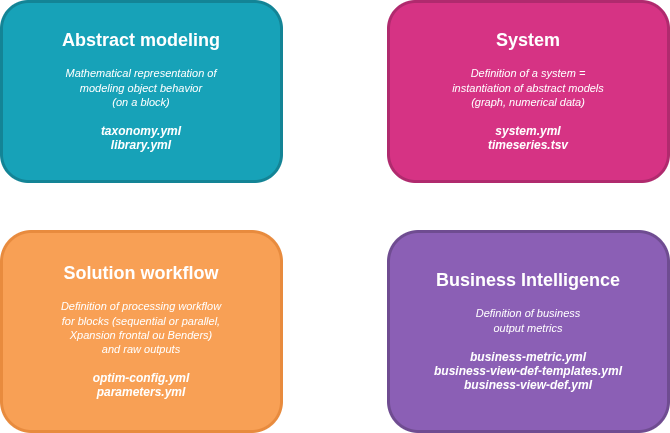
The draw.io diagram doc/assets/domains.png in AntaresSimulatorTeam/GEMS, before a commit. Source tidied: cells renumbered, new cells last; positions are measured from the earlier drawing's top-left corner, leaving out a move shared by most shapes. Its diagram source:
```xml
<mxGraphModel>
  <root>
    <mxCell id="0" />
    <mxCell id="1" parent="0" />
    <mxCell id="2" value="&lt;b&gt;&lt;font style=&quot;font-size: 18px; color: rgb(255, 255, 255);&quot;&gt;Abstract modeling&lt;/font&gt;&lt;/b&gt;&lt;br&gt;&lt;br&gt;&lt;font style=&quot;font-size: 11px; color: rgb(255, 255, 255);&quot;&gt;&lt;i&gt;Mathematical representation of&lt;br&gt;modeling object behavior&lt;br&gt;(on a block)&lt;/i&gt;&lt;/font&gt;&lt;br&gt;&lt;br&gt;&lt;font style=&quot;font-size: 12px; color: rgb(255, 255, 255);&quot;&gt;&lt;i&gt;&lt;b&gt;taxonomy.yml&lt;br&gt;library.yml&lt;/b&gt;&lt;/i&gt;&lt;/font&gt;" style="rounded=1;whiteSpace=wrap;html=1;fillColor=#17a2b8;strokeColor=#138496;strokeWidth=3;" parent="1" vertex="1">
      <mxGeometry width="280" height="180" as="geometry" />
    </mxCell>
    <mxCell id="3" value="&lt;b&gt;&lt;font style=&quot;font-size: 18px; color: rgb(255, 255, 255);&quot;&gt;System&lt;/font&gt;&lt;/b&gt;&lt;br&gt;&lt;br&gt;&lt;font style=&quot;font-size: 11px; color: rgb(255, 255, 255);&quot;&gt;&lt;i&gt;Definition of a system =&lt;br&gt;instantiation of abstract models&lt;br&gt;(graph, numerical data)&lt;/i&gt;&lt;/font&gt;&lt;br&gt;&lt;br&gt;&lt;font style=&quot;font-size: 12px; color: rgb(255, 255, 255);&quot;&gt;&lt;i&gt;&lt;b&gt;system.yml&lt;br&gt;timeseries.tsv&lt;/b&gt;&lt;/i&gt;&lt;/font&gt;" style="rounded=1;whiteSpace=wrap;html=1;fillColor=#d63384;strokeColor=#b02a6e;strokeWidth=3;" parent="1" vertex="1">
      <mxGeometry x="387" width="280" height="180" as="geometry" />
    </mxCell>
    <mxCell id="4" value="&lt;b&gt;&lt;font style=&quot;font-size: 18px; color: rgb(255, 255, 255);&quot;&gt;Solution workflow&lt;/font&gt;&lt;/b&gt;&lt;br&gt;&lt;br&gt;&lt;font style=&quot;font-size: 11px; color: rgb(255, 255, 255);&quot;&gt;&lt;i&gt;Definition of processing workflow&lt;br&gt;for blocks (sequential or parallel,&lt;br&gt;Xpansion frontal ou Benders)&lt;br&gt;and raw outputs&lt;/i&gt;&lt;/font&gt;&lt;br&gt;&lt;br&gt;&lt;font style=&quot;font-size: 12px; color: rgb(255, 255, 255);&quot;&gt;&lt;i&gt;&lt;b&gt;optim-config.yml&lt;br&gt;parameters.yml&lt;/b&gt;&lt;/i&gt;&lt;/font&gt;" style="rounded=1;whiteSpace=wrap;html=1;fillColor=#f8a055;strokeColor=#e88b3e;strokeWidth=3;" parent="1" vertex="1">
      <mxGeometry y="230" width="280" height="200" as="geometry" />
    </mxCell>
    <mxCell id="5" value="&lt;b&gt;&lt;font style=&quot;font-size: 18px; color: rgb(255, 255, 255);&quot;&gt;Business Intelligence&lt;/font&gt;&lt;/b&gt;&lt;br&gt;&lt;br&gt;&lt;font style=&quot;font-size: 11px; color: rgb(255, 255, 255);&quot;&gt;&lt;i&gt;Definition of business&lt;br&gt;output metrics&lt;/i&gt;&lt;/font&gt;&lt;br&gt;&lt;br&gt;&lt;font style=&quot;font-size: 12px; color: rgb(255, 255, 255);&quot;&gt;&lt;i&gt;&lt;b&gt;business-metric.yml&lt;br&gt;business-view-def-templates.yml&lt;br&gt;business-view-def.yml&lt;/b&gt;&lt;/i&gt;&lt;/font&gt;" style="rounded=1;whiteSpace=wrap;html=1;fillColor=#8b5fb5;strokeColor=#6f4c91;strokeWidth=3;" parent="1" vertex="1">
      <mxGeometry x="387" y="230" width="280" height="200" as="geometry" />
    </mxCell>
  </root>
</mxGraphModel>
```
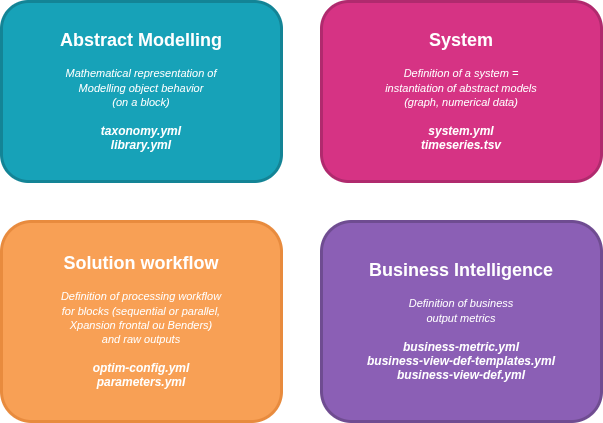
After the commit.

Commit message:
modelling typo

Change to the diagram source:
```diff
@@ -2,17 +2,17 @@
   <root>
     <mxCell id="0" />
     <mxCell id="1" parent="0" />
-    <mxCell id="2" value="&lt;b&gt;&lt;font style=&quot;font-size: 18px; color: rgb(255, 255, 255);&quot;&gt;Abstract modeling&lt;/font&gt;&lt;/b&gt;&lt;br&gt;&lt;br&gt;&lt;font style=&quot;font-size: 11px; color: rgb(255, 255, 255);&quot;&gt;&lt;i&gt;Mathematical representation of&lt;br&gt;modeling object behavior&lt;br&gt;(on a block)&lt;/i&gt;&lt;/font&gt;&lt;br&gt;&lt;br&gt;&lt;font style=&quot;font-size: 12px; color: rgb(255, 255, 255);&quot;&gt;&lt;i&gt;&lt;b&gt;taxonomy.yml&lt;br&gt;library.yml&lt;/b&gt;&lt;/i&gt;&lt;/font&gt;" style="rounded=1;whiteSpace=wrap;html=1;fillColor=#17a2b8;strokeColor=#138496;strokeWidth=3;" parent="1" vertex="1">
-      <mxGeometry width="280" height="180" as="geometry" />
+    <mxCell id="2" value="&lt;b&gt;&lt;font style=&quot;font-size: 18px; color: rgb(255, 255, 255);&quot;&gt;Abstract Modelling&lt;/font&gt;&lt;/b&gt;&lt;br&gt;&lt;br&gt;&lt;font style=&quot;font-size: 11px; color: rgb(255, 255, 255);&quot;&gt;&lt;i&gt;Mathematical representation of&lt;br&gt;Modelling object behavior&lt;br&gt;(on a block)&lt;/i&gt;&lt;/font&gt;&lt;br&gt;&lt;br&gt;&lt;font style=&quot;font-size: 12px; color: rgb(255, 255, 255);&quot;&gt;&lt;i&gt;&lt;b&gt;taxonomy.yml&lt;br&gt;library.yml&lt;/b&gt;&lt;/i&gt;&lt;/font&gt;" style="rounded=1;whiteSpace=wrap;html=1;fillColor=#17a2b8;strokeColor=#138496;strokeWidth=3;" parent="1" vertex="1">
+      <mxGeometry x="30" y="10" width="280" height="180" as="geometry" />
     </mxCell>
     <mxCell id="3" value="&lt;b&gt;&lt;font style=&quot;font-size: 18px; color: rgb(255, 255, 255);&quot;&gt;System&lt;/font&gt;&lt;/b&gt;&lt;br&gt;&lt;br&gt;&lt;font style=&quot;font-size: 11px; color: rgb(255, 255, 255);&quot;&gt;&lt;i&gt;Definition of a system =&lt;br&gt;instantiation of abstract models&lt;br&gt;(graph, numerical data)&lt;/i&gt;&lt;/font&gt;&lt;br&gt;&lt;br&gt;&lt;font style=&quot;font-size: 12px; color: rgb(255, 255, 255);&quot;&gt;&lt;i&gt;&lt;b&gt;system.yml&lt;br&gt;timeseries.tsv&lt;/b&gt;&lt;/i&gt;&lt;/font&gt;" style="rounded=1;whiteSpace=wrap;html=1;fillColor=#d63384;strokeColor=#b02a6e;strokeWidth=3;" parent="1" vertex="1">
-      <mxGeometry x="387" width="280" height="180" as="geometry" />
+      <mxGeometry x="350" y="10" width="280" height="180" as="geometry" />
     </mxCell>
     <mxCell id="4" value="&lt;b&gt;&lt;font style=&quot;font-size: 18px; color: rgb(255, 255, 255);&quot;&gt;Solution workflow&lt;/font&gt;&lt;/b&gt;&lt;br&gt;&lt;br&gt;&lt;font style=&quot;font-size: 11px; color: rgb(255, 255, 255);&quot;&gt;&lt;i&gt;Definition of processing workflow&lt;br&gt;for blocks (sequential or parallel,&lt;br&gt;Xpansion frontal ou Benders)&lt;br&gt;and raw outputs&lt;/i&gt;&lt;/font&gt;&lt;br&gt;&lt;br&gt;&lt;font style=&quot;font-size: 12px; color: rgb(255, 255, 255);&quot;&gt;&lt;i&gt;&lt;b&gt;optim-config.yml&lt;br&gt;parameters.yml&lt;/b&gt;&lt;/i&gt;&lt;/font&gt;" style="rounded=1;whiteSpace=wrap;html=1;fillColor=#f8a055;strokeColor=#e88b3e;strokeWidth=3;" parent="1" vertex="1">
-      <mxGeometry y="230" width="280" height="200" as="geometry" />
+      <mxGeometry x="30" y="230" width="280" height="200" as="geometry" />
     </mxCell>
     <mxCell id="5" value="&lt;b&gt;&lt;font style=&quot;font-size: 18px; color: rgb(255, 255, 255);&quot;&gt;Business Intelligence&lt;/font&gt;&lt;/b&gt;&lt;br&gt;&lt;br&gt;&lt;font style=&quot;font-size: 11px; color: rgb(255, 255, 255);&quot;&gt;&lt;i&gt;Definition of business&lt;br&gt;output metrics&lt;/i&gt;&lt;/font&gt;&lt;br&gt;&lt;br&gt;&lt;font style=&quot;font-size: 12px; color: rgb(255, 255, 255);&quot;&gt;&lt;i&gt;&lt;b&gt;business-metric.yml&lt;br&gt;business-view-def-templates.yml&lt;br&gt;business-view-def.yml&lt;/b&gt;&lt;/i&gt;&lt;/font&gt;" style="rounded=1;whiteSpace=wrap;html=1;fillColor=#8b5fb5;strokeColor=#6f4c91;strokeWidth=3;" parent="1" vertex="1">
-      <mxGeometry x="387" y="230" width="280" height="200" as="geometry" />
+      <mxGeometry x="350" y="230" width="280" height="200" as="geometry" />
     </mxCell>
   </root>
 </mxGraphModel>
```
